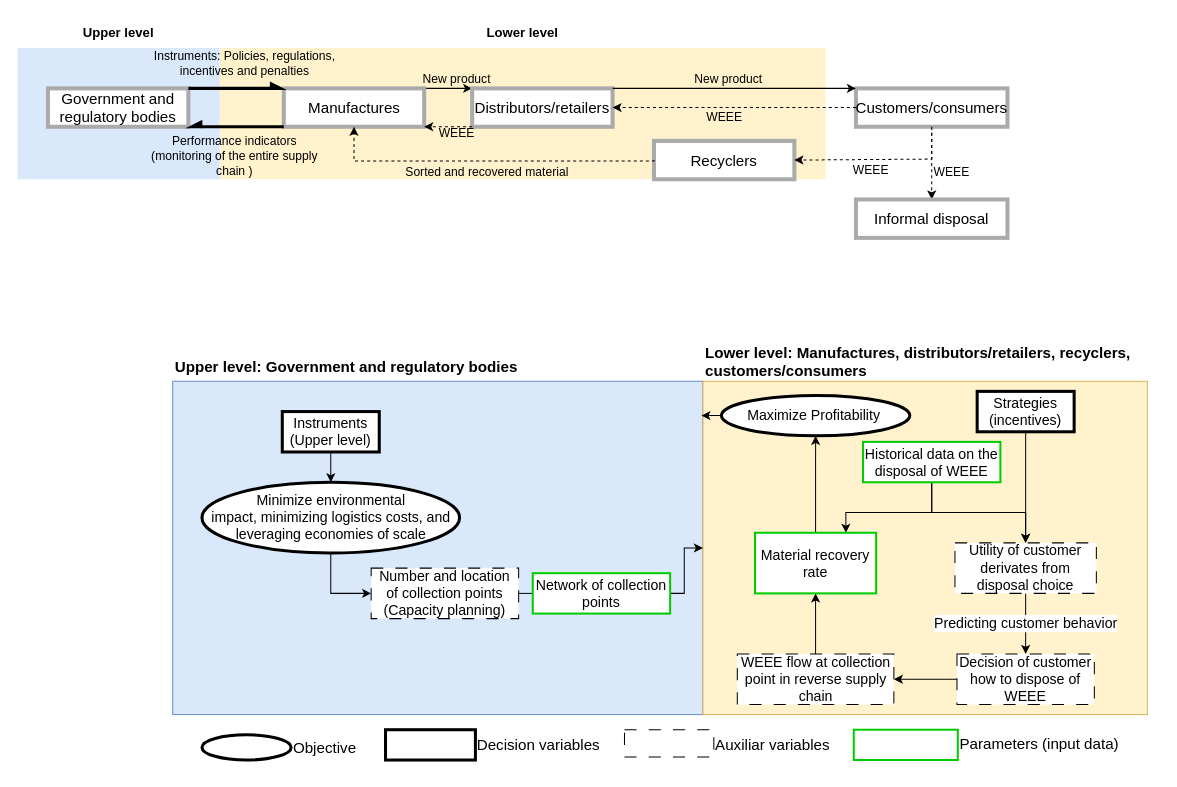
Before: Unbenanntes Diagramm.drawio in lorerubiano22/LSRR_Working, a draw.io diagram. Source tidied: cells renumbered, new cells numbered last; positions are measured from the earlier drawing's top-left corner, leaving out a move shared by most shapes. Both pictures are drawn from the tidied source at 101%, with x=0, y=0 at pixel (17, 17).
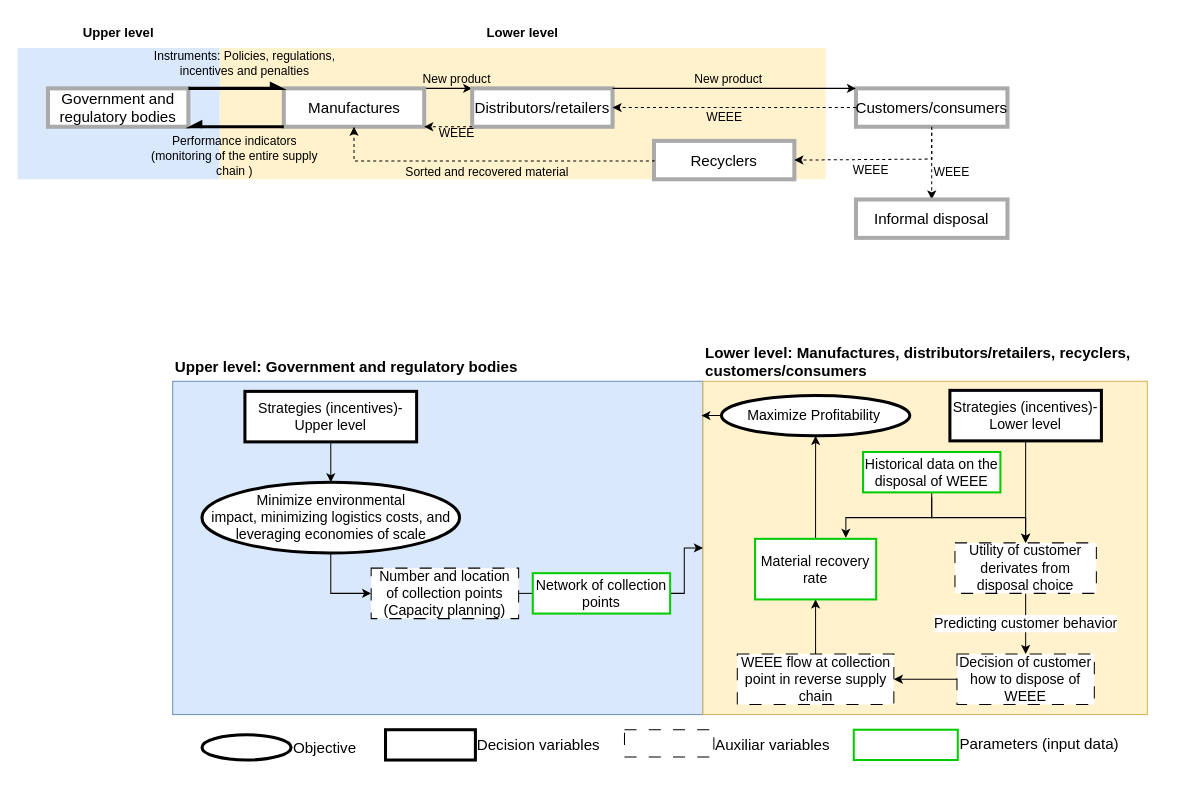
After the change.

What changed in the source:
```diff
@@
-    <mxCell id="33" value="Instruments&lt;div style=&quot;font-size: 14px;&quot;&gt;(Upper level)&lt;/div&gt;" style="rounded=0;whiteSpace=wrap;html=1;fontSize=14;strokeWidth=3;" parent="1" vertex="1">
-      <mxGeometry x="262" y="390" width="96" height="40" as="geometry" />
+    <mxCell id="33" value="Strategies (incentives)- Upper level" style="rounded=0;whiteSpace=wrap;html=1;fontSize=14;strokeWidth=3;" parent="1" vertex="1">
+      <mxGeometry x="225" y="370" width="170" height="50" as="geometry" />
     </mxCell>
@@
-    <mxCell id="41" value="Strategies (incentives)" style="rounded=0;whiteSpace=wrap;html=1;fontSize=14;strokeWidth=3;" parent="1" vertex="1">
-      <mxGeometry x="950" y="370" width="96" height="40" as="geometry" />
+    <mxCell id="41" value="Strategies (incentives)- Lower level" style="rounded=0;whiteSpace=wrap;html=1;fontSize=14;strokeWidth=3;" parent="1" vertex="1">
+      <mxGeometry x="923" y="369" width="150" height="50" as="geometry" />
     </mxCell>
@@
-    <mxCell id="47" style="edgeStyle=orthogonalEdgeStyle;rounded=0;jettySize=auto;html=1;entryX=0.75;entryY=0;entryDx=0;entryDy=0;fontSize=14;" parent="1" edge="1" source="48" target="54">
+    <mxCell id="47" style="edgeStyle=orthogonalEdgeStyle;rounded=0;orthogonalLoop=1;jettySize=auto;html=1;entryX=0.75;entryY=0;entryDx=0;entryDy=0;fontSize=14;" parent="1" edge="1">
       <mxGeometry relative="1" as="geometry">
+        <mxPoint x="905" y="475" as="sourcePoint" />
+        <mxPoint x="820" y="515" as="targetPoint" />
         <Array as="points">
-          <mxPoint x="905" y="490" />
-          <mxPoint x="820" y="490" />
+          <mxPoint x="905" y="495" />
+          <mxPoint x="820" y="495" />
         </Array>
       </mxGeometry>
     </mxCell>
     <mxCell id="48" value="&lt;p style=&quot;font-size: 14px;&quot;&gt;Historical data on the disposal of WEEE&lt;/p&gt;" style="rounded=0;whiteSpace=wrap;html=1;strokeColor=#00CC00;strokeWidth=2;align=center;fontSize=14;" parent="1" vertex="1">
-      <mxGeometry x="837" y="420" width="136" height="40" as="geometry" />
+      <mxGeometry x="837" y="430" width="136" height="40" as="geometry" />
     </mxCell>
@@
     <mxCell id="54" value="Material recovery rate" style="whiteSpace=wrap;html=1;strokeColor=#00CC00;rounded=0;strokeWidth=2;fontSize=14;" parent="1" vertex="1">
-      <mxGeometry x="730" y="510" width="120" height="60" as="geometry" />
+      <mxGeometry x="730" y="516" width="120" height="60" as="geometry" />
     </mxCell>
```
